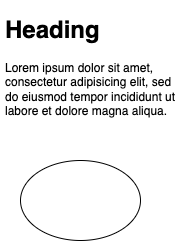
This is Test Diagram.png from ShuXingYu94/diagrams.net_sharing, a draw.io export, as it was before one commit. Source tidied: cells renumbered, new cells last; positions are measured from the earlier drawing's top-left corner, leaving out a move shared by most shapes.
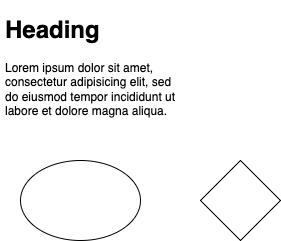
The same file after the commit.

The edit, as a diff of the source:
```diff
@@ -8,5 +8,8 @@
     <mxCell id="3" value="&lt;h1&gt;Heading&lt;/h1&gt;&lt;p&gt;Lorem ipsum dolor sit amet, consectetur adipisicing elit, sed do eiusmod tempor incididunt ut labore et dolore magna aliqua.&lt;/p&gt;" style="text;html=1;strokeColor=none;fillColor=none;spacing=5;spacingTop=-20;whiteSpace=wrap;overflow=hidden;rounded=0;" parent="1" vertex="1">
       <mxGeometry width="190" height="120" as="geometry" />
     </mxCell>
+    <mxCell id="4" style="rhombus;whiteSpace=wrap;html=1;" parent="1" vertex="1">
+      <mxGeometry x="200" y="150" width="80" height="80" as="geometry" />
+    </mxCell>
   </root>
 </mxGraphModel>
```
